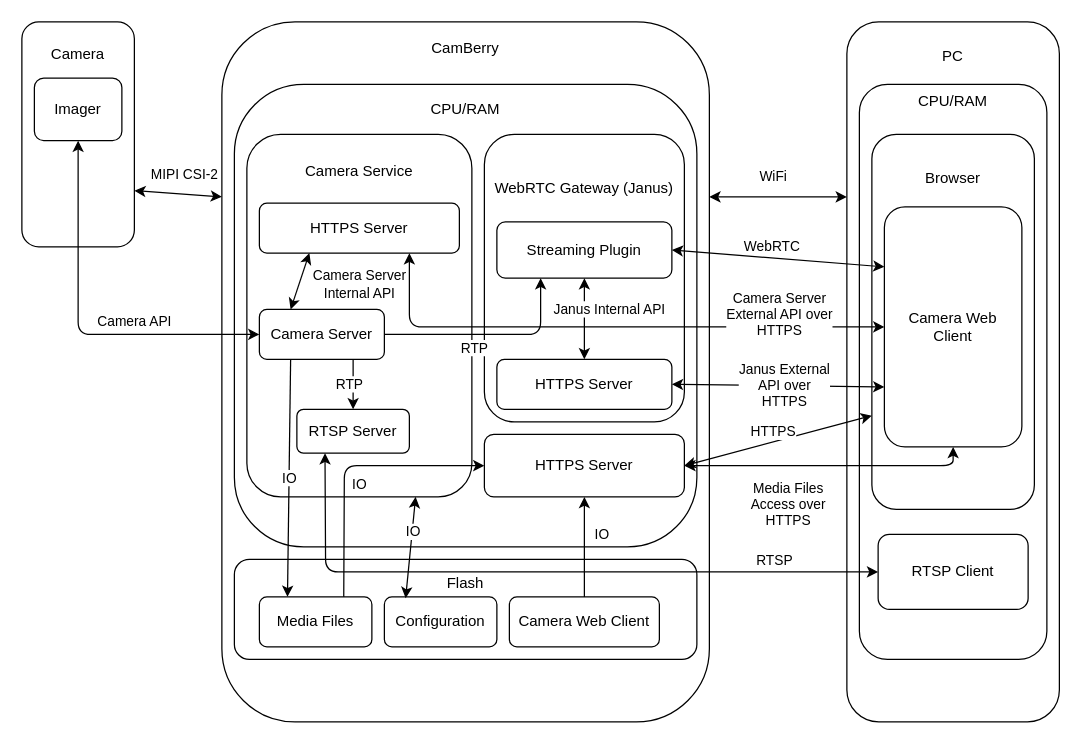
The draw.io diagram doc/CamBerry.drawio in raspberrypiexperiments/RaspberryPi-Camera, before the edit. Source tidied: cells renumbered, new cells numbered last; positions are measured from the earlier drawing's top-left corner, leaving out a move shared by most shapes. Both pictures are drawn from the tidied source at 125%, with x=0, y=0 at pixel (21, 21).
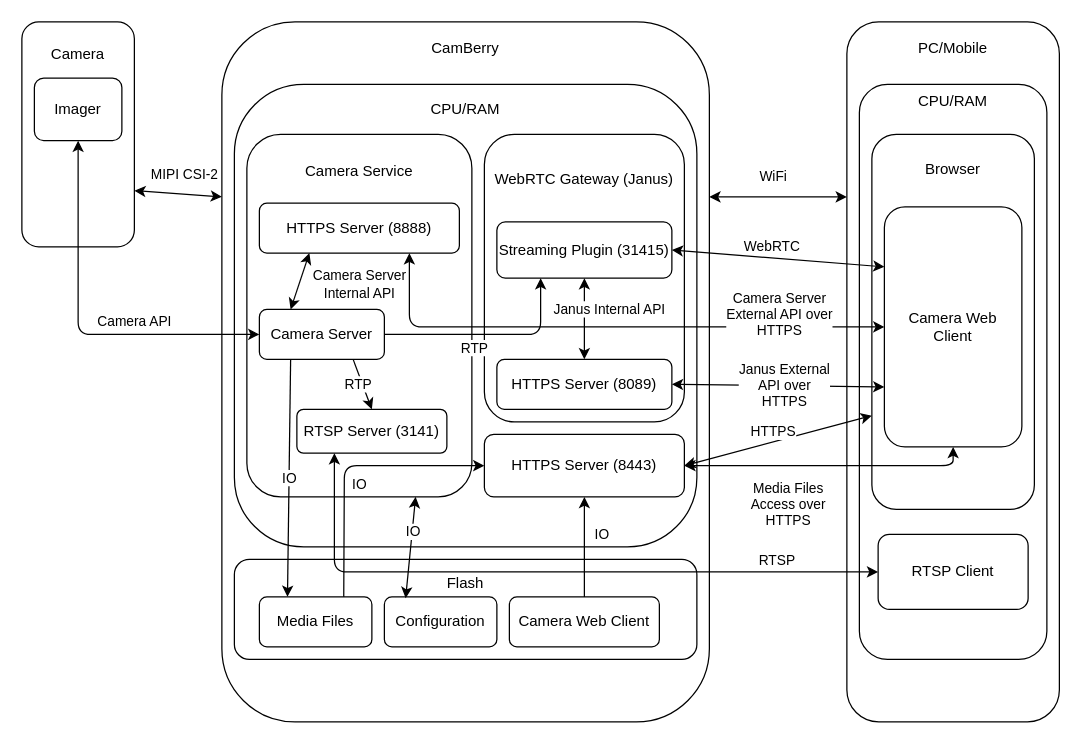
The same page after the edit.

The change refers to these unchanged cells:
```xml
<mxCell id="33" value="RTSP Client" style="rounded=1;whiteSpace=wrap;html=1;" parent="1" vertex="1">
  <mxGeometry x="685" y="410" width="120" height="60" as="geometry" />
</mxCell>
```

Diff of the diagram source:
```diff
@@
-    <mxCell id="2" value="PC&lt;br&gt;&lt;br&gt;&lt;br&gt;&lt;br&gt;&lt;br&gt;&lt;br&gt;&lt;br&gt;&lt;br&gt;&lt;br&gt;&lt;br&gt;&lt;br&gt;&lt;br&gt;&lt;br&gt;&lt;br&gt;&lt;br&gt;&lt;br&gt;&lt;br&gt;&lt;br&gt;&lt;br&gt;&lt;br&gt;&lt;br&gt;&lt;br&gt;&lt;br&gt;&lt;br&gt;&lt;br&gt;&lt;br&gt;&lt;br&gt;&lt;br&gt;&lt;br&gt;&lt;br&gt;&lt;br&gt;&lt;br&gt;&lt;br&gt;&lt;br&gt;&lt;br&gt;&lt;br&gt;" style="rounded=1;whiteSpace=wrap;html=1;" parent="1" vertex="1">
+    <mxCell id="2" value="PC/Mobile&lt;br&gt;&lt;br&gt;&lt;br&gt;&lt;br&gt;&lt;br&gt;&lt;br&gt;&lt;br&gt;&lt;br&gt;&lt;br&gt;&lt;br&gt;&lt;br&gt;&lt;br&gt;&lt;br&gt;&lt;br&gt;&lt;br&gt;&lt;br&gt;&lt;br&gt;&lt;br&gt;&lt;br&gt;&lt;br&gt;&lt;br&gt;&lt;br&gt;&lt;br&gt;&lt;br&gt;&lt;br&gt;&lt;br&gt;&lt;br&gt;&lt;br&gt;&lt;br&gt;&lt;br&gt;&lt;br&gt;&lt;br&gt;&lt;br&gt;&lt;br&gt;&lt;br&gt;&lt;br&gt;&lt;br&gt;" style="rounded=1;whiteSpace=wrap;html=1;" parent="1" vertex="1">
       <mxGeometry x="660" width="170" height="560" as="geometry" />
     </mxCell>
@@
-    <mxCell id="6" value="WebRTC Gateway (Janus)&lt;br&gt;&lt;br&gt;&lt;br&gt;&lt;br&gt;&lt;br&gt;&lt;br&gt;&lt;br&gt;&lt;br&gt;&lt;br&gt;&lt;br&gt;&lt;br&gt;" style="rounded=1;whiteSpace=wrap;html=1;" parent="1" vertex="1">
+    <mxCell id="6" value="WebRTC Gateway (Janus)&lt;br&gt;&lt;br&gt;&lt;br&gt;&lt;br&gt;&lt;br&gt;&lt;br&gt;&lt;br&gt;&lt;br&gt;&lt;br&gt;&lt;br&gt;&lt;br&gt;&lt;br&gt;" style="rounded=1;whiteSpace=wrap;html=1;" parent="1" vertex="1">
       <mxGeometry x="370" y="90" width="160" height="230" as="geometry" />
     </mxCell>
-    <mxCell id="7" value="Browser&lt;br&gt;&lt;br&gt;&lt;br&gt;&lt;br&gt;&lt;br&gt;&lt;br&gt;&lt;br&gt;&lt;br&gt;&lt;br&gt;&lt;br&gt;&lt;br&gt;&lt;br&gt;&lt;br&gt;&lt;br&gt;&lt;br&gt;&lt;br&gt;&lt;br&gt;" style="rounded=1;whiteSpace=wrap;html=1;" parent="1" vertex="1">
+    <mxCell id="7" value="Browser&lt;br&gt;&lt;br&gt;&lt;br&gt;&lt;br&gt;&lt;br&gt;&lt;br&gt;&lt;br&gt;&lt;br&gt;&lt;br&gt;&lt;br&gt;&lt;br&gt;&lt;br&gt;&lt;br&gt;&lt;br&gt;&lt;br&gt;&lt;br&gt;&lt;br&gt;&lt;br&gt;" style="rounded=1;whiteSpace=wrap;html=1;" parent="1" vertex="1">
       <mxGeometry x="680" y="90" width="130" height="300" as="geometry" />
     </mxCell>
@@
-    <mxCell id="9" value="Streaming Plugin" style="rounded=1;whiteSpace=wrap;html=1;" parent="1" vertex="1">
+    <mxCell id="9" value="Streaming Plugin (31415)" style="rounded=1;whiteSpace=wrap;html=1;" parent="1" vertex="1">
       <mxGeometry x="380" y="160" width="140" height="45" as="geometry" />
     </mxCell>
-    <mxCell id="10" value="RTSP Server" style="rounded=1;whiteSpace=wrap;html=1;" parent="1" vertex="1">
-      <mxGeometry x="220" y="310" width="90" height="35" as="geometry" />
+    <mxCell id="10" value="RTSP Server (3141)" style="rounded=1;whiteSpace=wrap;html=1;" parent="1" vertex="1">
+      <mxGeometry x="220" y="310" width="120" height="35" as="geometry" />
     </mxCell>
-    <mxCell id="11" value="HTTPS Server" style="rounded=1;whiteSpace=wrap;html=1;" parent="1" vertex="1">
+    <mxCell id="11" value="HTTPS Server (8888)" style="rounded=1;whiteSpace=wrap;html=1;" parent="1" vertex="1">
       <mxGeometry x="190" y="145" width="160" height="40" as="geometry" />
     </mxCell>
@@
     <mxCell id="34" style="endArrow=classic;startArrow=classic;html=1;exitX=0.25;exitY=1;exitDx=0;exitDy=0;entryX=0;entryY=0.5;entryDx=0;entryDy=0;" parent="1" edge="1" source="10" target="33">
       <mxGeometry relative="1" as="geometry">
         <Array as="points">
-          <mxPoint x="243" y="440" />
+          <mxPoint x="250" y="440" />
         </Array>
       </mxGeometry>
     </mxCell>
@@
-    <mxCell id="39" value="HTTPS Server" style="rounded=1;whiteSpace=wrap;html=1;" parent="1" vertex="1">
+    <mxCell id="39" value="HTTPS Server (8443)" style="rounded=1;whiteSpace=wrap;html=1;" parent="1" vertex="1">
       <mxGeometry x="370" y="330" width="160" height="50" as="geometry" />
     </mxCell>
-    <mxCell id="40" value="HTTPS Server" style="rounded=1;whiteSpace=wrap;html=1;" parent="1" vertex="1">
+    <mxCell id="40" value="HTTPS Server (8089)" style="rounded=1;whiteSpace=wrap;html=1;" parent="1" vertex="1">
       <mxGeometry x="380" y="270" width="140" height="40" as="geometry" />
     </mxCell>
```
